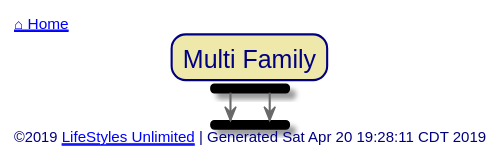
This is out/src/multi-family/index.svg from toddmo/lifestylesunlimited, a PlantUML export, as it was before one commit.
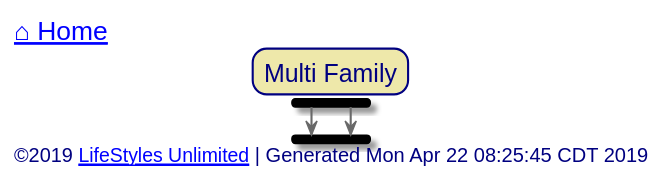
The same file after the commit.

Change to the diagram source:
```diff
@@ -73,7 +73,7 @@
 
 
 left header
-	<font color=Navy>[[../index.svg ⌂ Home]]</font>
+	<font color=Navy size=18>[[../index.svg ⌂ Home]]</font>
 endheader
 
 
@@ -86,7 +86,7 @@
 
 
 left footer
-	©2019 [[http://www.lifestylesunlimited.com LifeStyles Unlimited]] | Generated Sat Apr 20 19:28:11 CDT 2019
+	<font size=14>©2019 [[http://www.lifestylesunlimited.com LifeStyles Unlimited]] | Generated Mon Apr 22 08:25:45 CDT 2019</font>
 endfooter
 
 
```
